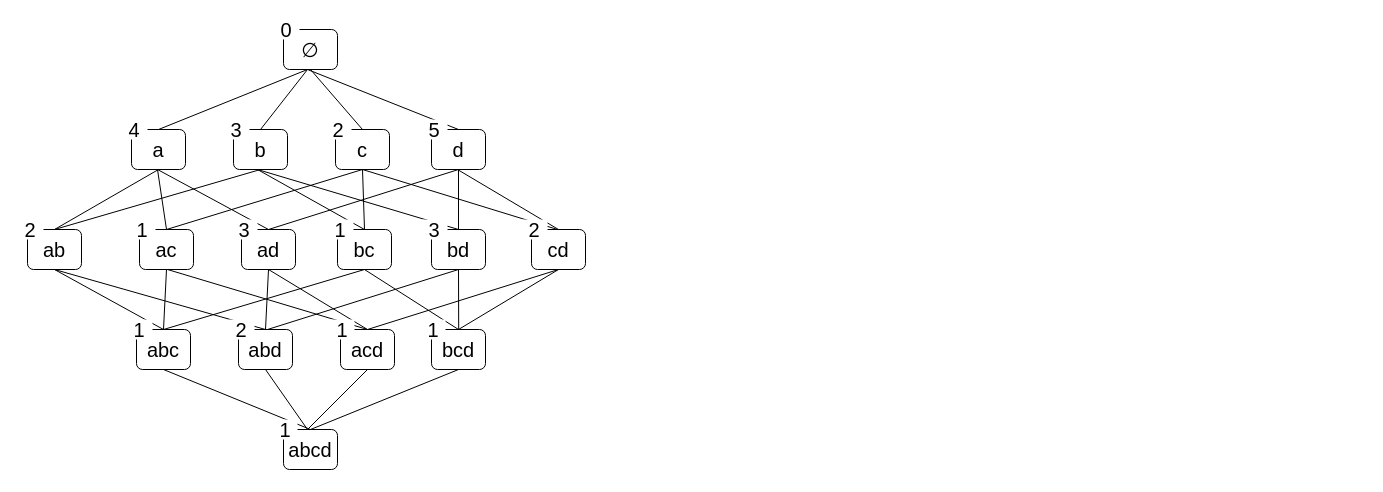
Earlier version of the draw.io diagram graph/graph.drawio (sytk/draw.io). Source tidied: cells renumbered, new cells numbered last; positions are measured from the earlier drawing's top-left corner, leaving out a move shared by most shapes. Both pictures are drawn from the tidied source at 100%, with x=0, y=0 at pixel (17, 19).
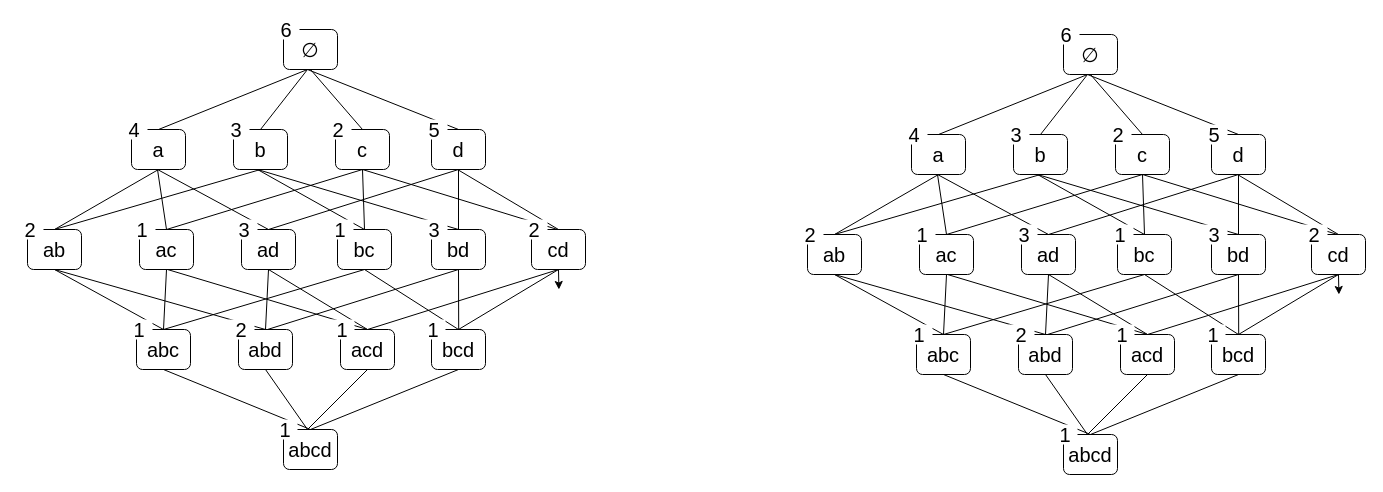
The same page after the edit.

The change refers to these unchanged cells:
```xml
<mxCell id="49" value="&lt;span style=&quot;font-size: 20px;&quot;&gt;cd&lt;/span&gt;" style="rounded=1;whiteSpace=wrap;html=1;" parent="1" vertex="1">
  <mxGeometry x="514" y="210" width="54" height="40" as="geometry" />
</mxCell>
```

Change to the diagram source:
```diff
@@
-    <mxCell id="4" value="&lt;font style=&quot;font-size: 20px;&quot;&gt;0&lt;/font&gt;" style="text;html=1;align=center;verticalAlign=middle;whiteSpace=wrap;rounded=0;fillColor=default;" parent="1" vertex="1">
+    <mxCell id="4" value="&lt;font style=&quot;font-size: 20px;&quot;&gt;6&lt;br&gt;&lt;/font&gt;" style="text;html=1;align=center;verticalAlign=middle;whiteSpace=wrap;rounded=0;fillColor=default;" parent="1" vertex="1">
       <mxGeometry x="256" width="26" height="20" as="geometry" />
     </mxCell>
@@
+    <mxCell id="66" style="edgeStyle=orthogonalEdgeStyle;rounded=0;jettySize=auto;html=1;exitX=0.5;exitY=1;exitDx=0;exitDy=0;" parent="1" edge="1" source="49">
+      <mxGeometry relative="1" as="geometry">
+        <mxPoint x="541.4" y="270" as="targetPoint" />
+      </mxGeometry>
+    </mxCell>
@@
+    <mxCell id="67" style="edgeStyle=none;rounded=0;jettySize=auto;html=1;entryX=0.5;entryY=0;entryDx=0;entryDy=0;fontSize=20;endArrow=none;endFill=0;" parent="1" edge="1" target="70">
+      <mxGeometry relative="1" as="geometry">
+        <mxPoint x="1070" y="55" as="sourcePoint" />
+      </mxGeometry>
+    </mxCell>
+    <mxCell id="68" value="&lt;span style=&quot;font-size: 20px;&quot;&gt;∅&lt;/span&gt;" style="rounded=1;whiteSpace=wrap;html=1;" parent="1" vertex="1">
+      <mxGeometry x="1046" y="15" width="54" height="40" as="geometry" />
+    </mxCell>
+    <mxCell id="69" value="&lt;font style=&quot;font-size: 20px;&quot;&gt;6&lt;br&gt;&lt;/font&gt;" style="text;html=1;align=center;verticalAlign=middle;whiteSpace=wrap;rounded=0;fillColor=default;" parent="1" vertex="1">
+      <mxGeometry x="1036" y="5" width="26" height="20" as="geometry" />
+    </mxCell>
+    <mxCell id="70" value="&lt;span style=&quot;font-size: 20px;&quot;&gt;a&lt;/span&gt;" style="rounded=1;whiteSpace=wrap;html=1;" parent="1" vertex="1">
+      <mxGeometry x="894" y="115" width="54" height="40" as="geometry" />
+    </mxCell>
+    <mxCell id="71" value="&lt;font style=&quot;font-size: 20px;&quot;&gt;4&lt;/font&gt;" style="text;html=1;align=center;verticalAlign=middle;whiteSpace=wrap;rounded=0;fillColor=default;" parent="1" vertex="1">
+      <mxGeometry x="884" y="105" width="26" height="20" as="geometry" />
+    </mxCell>
+    <mxCell id="72" style="edgeStyle=none;rounded=0;jettySize=auto;html=1;exitX=0.5;exitY=0;exitDx=0;exitDy=0;fontSize=20;endArrow=none;endFill=0;" parent="1" edge="1" source="73">
+      <mxGeometry relative="1" as="geometry">
+        <mxPoint x="1070" y="55" as="targetPoint" />
+      </mxGeometry>
+    </mxCell>
+    <mxCell id="73" value="&lt;span style=&quot;font-size: 20px;&quot;&gt;b&lt;/span&gt;" style="rounded=1;whiteSpace=wrap;html=1;" parent="1" vertex="1">
+      <mxGeometry x="996" y="115" width="54" height="40" as="geometry" />
+    </mxCell>
+    <mxCell id="74" value="&lt;font style=&quot;font-size: 20px;&quot;&gt;3&lt;/font&gt;" style="text;html=1;align=center;verticalAlign=middle;whiteSpace=wrap;rounded=0;fillColor=default;" parent="1" vertex="1">
+      <mxGeometry x="986" y="105" width="26" height="20" as="geometry" />
+    </mxCell>
+    <mxCell id="75" style="edgeStyle=none;rounded=0;jettySize=auto;html=1;exitX=0.5;exitY=0;exitDx=0;exitDy=0;entryX=0.5;entryY=1;entryDx=0;entryDy=0;fontSize=20;endArrow=none;endFill=0;" parent="1" edge="1" source="77" target="68">
+      <mxGeometry relative="1" as="geometry" />
+    </mxCell>
+    <mxCell id="76" style="edgeStyle=none;rounded=0;jettySize=auto;html=1;exitX=0.5;exitY=1;exitDx=0;exitDy=0;fontSize=20;endArrow=none;endFill=0;" parent="1" edge="1" source="77">
+      <mxGeometry relative="1" as="geometry">
+        <mxPoint x="1320" y="215" as="targetPoint" />
+      </mxGeometry>
+    </mxCell>
+    <mxCell id="77" value="&lt;span style=&quot;font-size: 20px;&quot;&gt;c&lt;/span&gt;" style="rounded=1;whiteSpace=wrap;html=1;" parent="1" vertex="1">
+      <mxGeometry x="1098" y="115" width="54" height="40" as="geometry" />
+    </mxCell>
+    <mxCell id="78" value="&lt;font style=&quot;font-size: 20px;&quot;&gt;2&lt;/font&gt;" style="text;html=1;align=center;verticalAlign=middle;whiteSpace=wrap;rounded=0;fillColor=default;" parent="1" vertex="1">
+      <mxGeometry x="1088" y="105" width="26" height="20" as="geometry" />
+    </mxCell>
+    <mxCell id="79" style="edgeStyle=none;rounded=0;jettySize=auto;html=1;exitX=0.5;exitY=0;exitDx=0;exitDy=0;fontSize=20;endArrow=none;endFill=0;" parent="1" edge="1" source="80">
+      <mxGeometry relative="1" as="geometry">
+        <mxPoint x="1070" y="55" as="targetPoint" />
+      </mxGeometry>
+    </mxCell>
+    <mxCell id="80" value="&lt;span style=&quot;font-size: 20px;&quot;&gt;d&lt;/span&gt;" style="rounded=1;whiteSpace=wrap;html=1;" parent="1" vertex="1">
+      <mxGeometry x="1194" y="115" width="54" height="40" as="geometry" />
+    </mxCell>
+    <mxCell id="81" value="&lt;font style=&quot;font-size: 20px;&quot;&gt;5&lt;/font&gt;" style="text;html=1;align=center;verticalAlign=middle;whiteSpace=wrap;rounded=0;fillColor=default;" parent="1" vertex="1">
+      <mxGeometry x="1184" y="105" width="26" height="20" as="geometry" />
+    </mxCell>
+    <mxCell id="82" style="edgeStyle=none;rounded=0;jettySize=auto;html=1;exitX=0.5;exitY=0;exitDx=0;exitDy=0;entryX=0.5;entryY=1;entryDx=0;entryDy=0;fontSize=20;endArrow=none;endFill=0;" parent="1" edge="1" source="86" target="70">
+      <mxGeometry relative="1" as="geometry" />
+    </mxCell>
+    <mxCell id="83" style="edgeStyle=none;rounded=0;jettySize=auto;html=1;exitX=0.5;exitY=0;exitDx=0;exitDy=0;entryX=0.5;entryY=1;entryDx=0;entryDy=0;fontSize=20;endArrow=none;endFill=0;" parent="1" edge="1" source="86" target="73">
+      <mxGeometry relative="1" as="geometry" />
+    </mxCell>
+    <mxCell id="84" style="edgeStyle=none;rounded=0;jettySize=auto;html=1;exitX=0.5;exitY=1;exitDx=0;exitDy=0;entryX=0.5;entryY=0;entryDx=0;entryDy=0;fontSize=20;endArrow=none;endFill=0;" parent="1" edge="1" source="86" target="118">
+      <mxGeometry relative="1" as="geometry" />
+    </mxCell>
+    <mxCell id="85" style="edgeStyle=none;rounded=0;jettySize=auto;html=1;exitX=0.5;exitY=1;exitDx=0;exitDy=0;entryX=0.5;entryY=0;entryDx=0;entryDy=0;fontSize=20;endArrow=none;endFill=0;" parent="1" edge="1" source="86" target="121">
+      <mxGeometry relative="1" as="geometry" />
+    </mxCell>
+    <mxCell id="86" value="&lt;span style=&quot;font-size: 20px;&quot;&gt;ab&lt;/span&gt;" style="rounded=1;whiteSpace=wrap;html=1;" parent="1" vertex="1">
+      <mxGeometry x="790" y="215" width="54" height="40" as="geometry" />
+    </mxCell>
+    <mxCell id="87" value="&lt;font style=&quot;font-size: 20px;&quot;&gt;2&lt;/font&gt;" style="text;html=1;align=center;verticalAlign=middle;whiteSpace=wrap;rounded=0;fillColor=default;" parent="1" vertex="1">
+      <mxGeometry x="780" y="205" width="26" height="20" as="geometry" />
+    </mxCell>
+    <mxCell id="88" style="edgeStyle=none;rounded=0;jettySize=auto;html=1;exitX=0.5;exitY=0;exitDx=0;exitDy=0;fontSize=20;endArrow=none;endFill=0;" parent="1" edge="1" source="91">
+      <mxGeometry relative="1" as="geometry">
+        <mxPoint x="920" y="155" as="targetPoint" />
+      </mxGeometry>
+    </mxCell>
+    <mxCell id="89" style="edgeStyle=none;rounded=0;jettySize=auto;html=1;exitX=0.5;exitY=0;exitDx=0;exitDy=0;entryX=0.5;entryY=1;entryDx=0;entryDy=0;fontSize=20;endArrow=none;endFill=0;" parent="1" edge="1" source="91" target="77">
+      <mxGeometry relative="1" as="geometry" />
+    </mxCell>
+    <mxCell id="90" style="edgeStyle=none;rounded=0;jettySize=auto;html=1;exitX=0.5;exitY=1;exitDx=0;exitDy=0;entryX=0.5;entryY=0;entryDx=0;entryDy=0;fontSize=20;endArrow=none;endFill=0;" parent="1" edge="1" source="91" target="118">
+      <mxGeometry relative="1" as="geometry" />
+    </mxCell>
+    <mxCell id="91" value="&lt;span style=&quot;font-size: 20px;&quot;&gt;ac&lt;/span&gt;" style="rounded=1;whiteSpace=wrap;html=1;" parent="1" vertex="1">
+      <mxGeometry x="902" y="215" width="54" height="40" as="geometry" />
+    </mxCell>
+    <mxCell id="92" value="&lt;font style=&quot;font-size: 20px;&quot;&gt;1&lt;/font&gt;" style="text;html=1;align=center;verticalAlign=middle;whiteSpace=wrap;rounded=0;fillColor=default;" parent="1" vertex="1">
+      <mxGeometry x="892" y="205" width="26" height="20" as="geometry" />
+    </mxCell>
+    <mxCell id="93" style="edgeStyle=none;rounded=0;jettySize=auto;html=1;exitX=0.5;exitY=0;exitDx=0;exitDy=0;fontSize=20;endArrow=none;endFill=0;" parent="1" edge="1" source="97">
+      <mxGeometry relative="1" as="geometry">
+        <mxPoint x="920" y="155" as="targetPoint" />
+      </mxGeometry>
+    </mxCell>
+    <mxCell id="94" style="edgeStyle=none;rounded=0;jettySize=auto;html=1;exitX=0.5;exitY=0;exitDx=0;exitDy=0;entryX=0.5;entryY=1;entryDx=0;entryDy=0;fontSize=20;endArrow=none;endFill=0;" parent="1" edge="1" source="97" target="80">
+      <mxGeometry relative="1" as="geometry" />
+    </mxCell>
+    <mxCell id="95" style="edgeStyle=none;rounded=0;jettySize=auto;html=1;exitX=0.5;exitY=1;exitDx=0;exitDy=0;entryX=0.5;entryY=0;entryDx=0;entryDy=0;fontSize=20;endArrow=none;endFill=0;" parent="1" edge="1" source="97" target="121">
+      <mxGeometry relative="1" as="geometry" />
+    </mxCell>
+    <mxCell id="96" style="edgeStyle=none;rounded=0;jettySize=auto;html=1;exitX=0.5;exitY=1;exitDx=0;exitDy=0;entryX=0.5;entryY=0;entryDx=0;entryDy=0;fontSize=20;endArrow=none;endFill=0;" parent="1" edge="1" source="97" target="128">
+      <mxGeometry relative="1" as="geometry" />
+    </mxCell>
+    <mxCell id="97" value="&lt;span style=&quot;font-size: 20px;&quot;&gt;ad&lt;/span&gt;" style="rounded=1;whiteSpace=wrap;html=1;" parent="1" vertex="1">
+      <mxGeometry x="1004" y="215" width="54" height="40" as="geometry" />
+    </mxCell>
+    <mxCell id="98" value="&lt;span style=&quot;font-size: 20px;&quot;&gt;3&lt;/span&gt;" style="text;html=1;align=center;verticalAlign=middle;whiteSpace=wrap;rounded=0;fillColor=default;" parent="1" vertex="1">
+      <mxGeometry x="994" y="205" width="26" height="20" as="geometry" />
+    </mxCell>
+    <mxCell id="99" style="edgeStyle=none;rounded=0;jettySize=auto;html=1;exitX=0.5;exitY=0;exitDx=0;exitDy=0;fontSize=20;endArrow=none;endFill=0;" parent="1" edge="1" source="103">
+      <mxGeometry relative="1" as="geometry">
+        <mxPoint x="1020" y="155" as="targetPoint" />
+      </mxGeometry>
+    </mxCell>
+    <mxCell id="100" style="edgeStyle=none;rounded=0;jettySize=auto;html=1;exitX=0.5;exitY=0;exitDx=0;exitDy=0;entryX=0.5;entryY=1;entryDx=0;entryDy=0;fontSize=20;endArrow=none;endFill=0;" parent="1" edge="1" source="103" target="77">
+      <mxGeometry relative="1" as="geometry" />
+    </mxCell>
+    <mxCell id="101" style="edgeStyle=none;rounded=0;jettySize=auto;html=1;exitX=0.5;exitY=1;exitDx=0;exitDy=0;entryX=0.5;entryY=0;entryDx=0;entryDy=0;fontSize=20;endArrow=none;endFill=0;" parent="1" edge="1" source="103" target="118">
+      <mxGeometry relative="1" as="geometry" />
+    </mxCell>
+    <mxCell id="102" style="edgeStyle=none;rounded=0;jettySize=auto;html=1;exitX=0.5;exitY=1;exitDx=0;exitDy=0;entryX=0.5;entryY=0;entryDx=0;entryDy=0;fontSize=20;endArrow=none;endFill=0;" parent="1" edge="1" source="103" target="124">
+      <mxGeometry relative="1" as="geometry" />
+    </mxCell>
+    <mxCell id="103" value="&lt;span style=&quot;font-size: 20px;&quot;&gt;bc&lt;/span&gt;" style="rounded=1;whiteSpace=wrap;html=1;" parent="1" vertex="1">
+      <mxGeometry x="1100" y="215" width="54" height="40" as="geometry" />
+    </mxCell>
+    <mxCell id="104" value="&lt;font style=&quot;font-size: 20px;&quot;&gt;1&lt;/font&gt;" style="text;html=1;align=center;verticalAlign=middle;whiteSpace=wrap;rounded=0;fillColor=default;" parent="1" vertex="1">
+      <mxGeometry x="1090" y="205" width="26" height="20" as="geometry" />
+    </mxCell>
+    <mxCell id="105" style="edgeStyle=none;rounded=0;jettySize=auto;html=1;exitX=0.5;exitY=0;exitDx=0;exitDy=0;entryX=0.5;entryY=1;entryDx=0;entryDy=0;fontSize=20;endArrow=none;endFill=0;" parent="1" edge="1" source="109" target="80">
+      <mxGeometry relative="1" as="geometry" />
+    </mxCell>
+    <mxCell id="106" style="edgeStyle=none;rounded=0;jettySize=auto;html=1;exitX=0.5;exitY=0;exitDx=0;exitDy=0;fontSize=20;endArrow=none;endFill=0;" parent="1" edge="1" source="109">
+      <mxGeometry relative="1" as="geometry">
+        <mxPoint x="1020" y="155" as="targetPoint" />
+      </mxGeometry>
+    </mxCell>
+    <mxCell id="107" style="edgeStyle=none;rounded=0;jettySize=auto;html=1;exitX=0.5;exitY=1;exitDx=0;exitDy=0;fontSize=20;endArrow=none;endFill=0;" parent="1" edge="1" source="109">
+      <mxGeometry relative="1" as="geometry">
+        <mxPoint x="1221.2" y="315" as="targetPoint" />
+      </mxGeometry>
+    </mxCell>
+    <mxCell id="108" style="edgeStyle=none;rounded=0;jettySize=auto;html=1;exitX=0.5;exitY=1;exitDx=0;exitDy=0;fontSize=20;endArrow=none;endFill=0;" parent="1" edge="1" source="109">
+      <mxGeometry relative="1" as="geometry">
+        <mxPoint x="1030" y="315" as="targetPoint" />
+      </mxGeometry>
+    </mxCell>
+    <mxCell id="109" value="&lt;span style=&quot;font-size: 20px;&quot;&gt;bd&lt;/span&gt;" style="rounded=1;whiteSpace=wrap;html=1;" parent="1" vertex="1">
+      <mxGeometry x="1194" y="215" width="54" height="40" as="geometry" />
+    </mxCell>
+    <mxCell id="110" value="&lt;span style=&quot;font-size: 20px;&quot;&gt;3&lt;/span&gt;" style="text;html=1;align=center;verticalAlign=middle;whiteSpace=wrap;rounded=0;fillColor=default;" parent="1" vertex="1">
+      <mxGeometry x="1184" y="205" width="26" height="20" as="geometry" />
+    </mxCell>
+    <mxCell id="111" style="edgeStyle=none;rounded=0;jettySize=auto;html=1;exitX=0.5;exitY=0;exitDx=0;exitDy=0;fontSize=20;endArrow=none;endFill=0;" parent="1" edge="1" source="115">
+      <mxGeometry relative="1" as="geometry">
+        <mxPoint x="1220" y="155" as="targetPoint" />
+      </mxGeometry>
+    </mxCell>
+    <mxCell id="112" style="edgeStyle=none;rounded=0;jettySize=auto;html=1;exitX=0.5;exitY=1;exitDx=0;exitDy=0;entryX=0.5;entryY=0;entryDx=0;entryDy=0;fontSize=20;endArrow=none;endFill=0;" parent="1" edge="1" source="115" target="128">
+      <mxGeometry relative="1" as="geometry" />
+    </mxCell>
+    <mxCell id="113" style="edgeStyle=none;rounded=0;jettySize=auto;html=1;exitX=0.5;exitY=1;exitDx=0;exitDy=0;entryX=0.5;entryY=0;entryDx=0;entryDy=0;fontSize=20;endArrow=none;endFill=0;" parent="1" edge="1" source="115" target="124">
+      <mxGeometry relative="1" as="geometry" />
+    </mxCell>
+    <mxCell id="114" style="edgeStyle=orthogonalEdgeStyle;rounded=0;jettySize=auto;html=1;exitX=0.5;exitY=1;exitDx=0;exitDy=0;" parent="1" edge="1" source="115">
+      <mxGeometry relative="1" as="geometry">
+        <mxPoint x="1321.4" y="275" as="targetPoint" />
+      </mxGeometry>
+    </mxCell>
+    <mxCell id="115" value="&lt;span style=&quot;font-size: 20px;&quot;&gt;cd&lt;/span&gt;" style="rounded=1;whiteSpace=wrap;html=1;" parent="1" vertex="1">
+      <mxGeometry x="1294" y="215" width="54" height="40" as="geometry" />
+    </mxCell>
+    <mxCell id="116" value="&lt;font style=&quot;font-size: 20px;&quot;&gt;2&lt;/font&gt;" style="text;html=1;align=center;verticalAlign=middle;whiteSpace=wrap;rounded=0;fillColor=default;" parent="1" vertex="1">
+      <mxGeometry x="1284" y="205" width="26" height="20" as="geometry" />
+    </mxCell>
+    <mxCell id="117" style="edgeStyle=none;rounded=0;jettySize=auto;html=1;exitX=0.5;exitY=1;exitDx=0;exitDy=0;entryX=0.5;entryY=0;entryDx=0;entryDy=0;fontSize=20;endArrow=none;endFill=0;" parent="1" edge="1" source="118" target="130">
+      <mxGeometry relative="1" as="geometry" />
+    </mxCell>
+    <mxCell id="118" value="&lt;span style=&quot;font-size: 20px;&quot;&gt;abc&lt;/span&gt;" style="rounded=1;whiteSpace=wrap;html=1;" parent="1" vertex="1">
+      <mxGeometry x="899" y="315" width="54" height="40" as="geometry" />
+    </mxCell>
+    <mxCell id="119" value="&lt;font style=&quot;font-size: 20px;&quot;&gt;1&lt;/font&gt;" style="text;html=1;align=center;verticalAlign=middle;whiteSpace=wrap;rounded=0;fillColor=default;" parent="1" vertex="1">
+      <mxGeometry x="889" y="305" width="26" height="20" as="geometry" />
+    </mxCell>
+    <mxCell id="120" style="edgeStyle=none;rounded=0;jettySize=auto;html=1;exitX=0.5;exitY=1;exitDx=0;exitDy=0;fontSize=20;endArrow=none;endFill=0;" parent="1" edge="1" source="121">
+      <mxGeometry relative="1" as="geometry">
+        <mxPoint x="1070" y="415" as="targetPoint" />
+      </mxGeometry>
+    </mxCell>
+    <mxCell id="121" value="&lt;span style=&quot;font-size: 20px;&quot;&gt;abd&lt;/span&gt;" style="rounded=1;whiteSpace=wrap;html=1;" parent="1" vertex="1">
+      <mxGeometry x="1001" y="315" width="54" height="40" as="geometry" />
+    </mxCell>
+    <mxCell id="122" value="&lt;font style=&quot;font-size: 20px;&quot;&gt;2&lt;/font&gt;" style="text;html=1;align=center;verticalAlign=middle;whiteSpace=wrap;rounded=0;fillColor=default;" parent="1" vertex="1">
+      <mxGeometry x="991" y="305" width="26" height="20" as="geometry" />
+    </mxCell>
+    <mxCell id="123" style="edgeStyle=none;rounded=0;jettySize=auto;html=1;exitX=0.5;exitY=1;exitDx=0;exitDy=0;entryX=0.5;entryY=0;entryDx=0;entryDy=0;fontSize=20;endArrow=none;endFill=0;" parent="1" edge="1" source="124" target="130">
+      <mxGeometry relative="1" as="geometry" />
+    </mxCell>
+    <mxCell id="124" value="&lt;span style=&quot;font-size: 20px;&quot;&gt;bcd&lt;/span&gt;" style="rounded=1;whiteSpace=wrap;html=1;" parent="1" vertex="1">
+      <mxGeometry x="1194" y="315" width="54" height="40" as="geometry" />
+    </mxCell>
+    <mxCell id="125" value="&lt;font style=&quot;font-size: 20px;&quot;&gt;1&lt;/font&gt;" style="text;html=1;align=center;verticalAlign=middle;whiteSpace=wrap;rounded=0;fillColor=default;" parent="1" vertex="1">
+      <mxGeometry x="1184" y="305" width="24" height="20" as="geometry" />
+    </mxCell>
+    <mxCell id="126" style="edgeStyle=none;rounded=0;jettySize=auto;html=1;exitX=0.5;exitY=0;exitDx=0;exitDy=0;fontSize=20;endArrow=none;endFill=0;" parent="1" edge="1" source="128">
+      <mxGeometry relative="1" as="geometry">
+        <mxPoint x="930" y="255" as="targetPoint" />
+      </mxGeometry>
+    </mxCell>
+    <mxCell id="127" style="edgeStyle=none;rounded=0;jettySize=auto;html=1;exitX=0.5;exitY=1;exitDx=0;exitDy=0;fontSize=20;endArrow=none;endFill=0;" parent="1" edge="1" source="128">
+      <mxGeometry relative="1" as="geometry">
+        <mxPoint x="1070" y="415" as="targetPoint" />
+      </mxGeometry>
+    </mxCell>
+    <mxCell id="128" value="&lt;span style=&quot;font-size: 20px;&quot;&gt;acd&lt;/span&gt;" style="rounded=1;whiteSpace=wrap;html=1;" parent="1" vertex="1">
+      <mxGeometry x="1103" y="315" width="54" height="40" as="geometry" />
+    </mxCell>
+    <mxCell id="129" value="&lt;font style=&quot;font-size: 20px;&quot;&gt;1&lt;/font&gt;" style="text;html=1;align=center;verticalAlign=middle;whiteSpace=wrap;rounded=0;fillColor=default;" parent="1" vertex="1">
+      <mxGeometry x="1093" y="305" width="24" height="20" as="geometry" />
+    </mxCell>
+    <mxCell id="130" value="&lt;span style=&quot;font-size: 20px;&quot;&gt;abcd&lt;/span&gt;" style="rounded=1;whiteSpace=wrap;html=1;" parent="1" vertex="1">
+      <mxGeometry x="1046" y="415" width="54" height="40" as="geometry" />
+    </mxCell>
+    <mxCell id="131" value="&lt;font style=&quot;font-size: 20px;&quot;&gt;1&lt;/font&gt;" style="text;html=1;align=center;verticalAlign=middle;whiteSpace=wrap;rounded=0;fillColor=default;" parent="1" vertex="1">
+      <mxGeometry x="1036" y="405" width="24" height="20" as="geometry" />
+    </mxCell>
```
